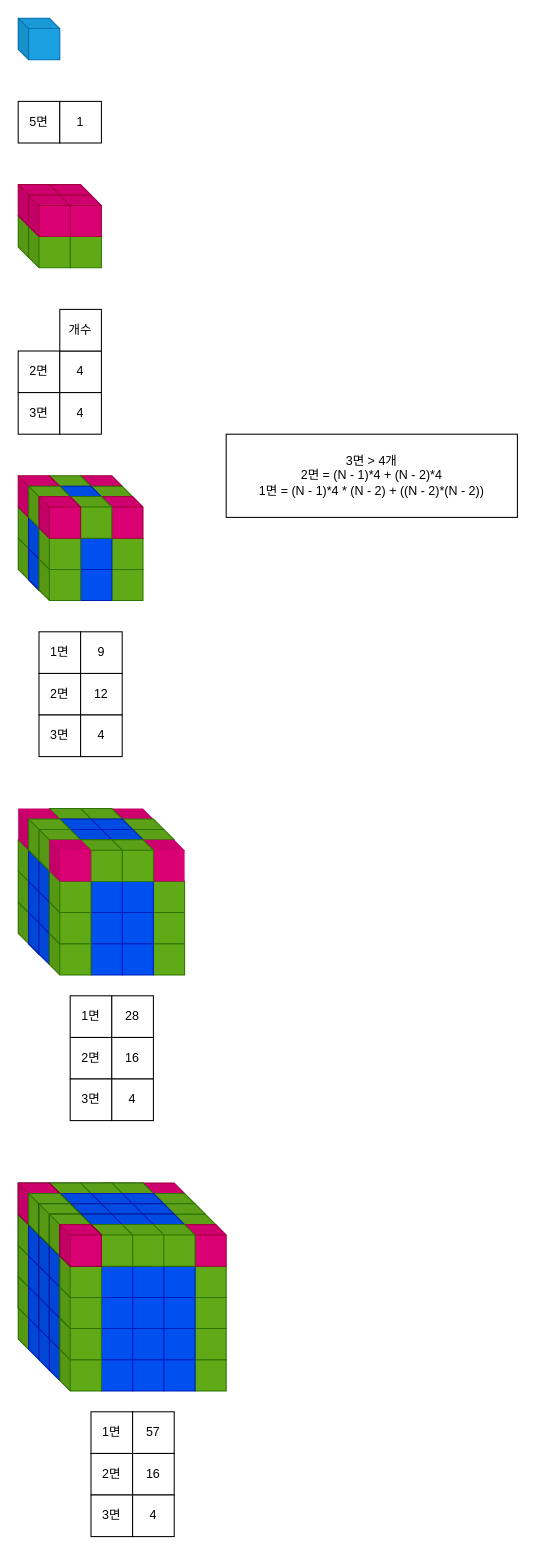
Before: 그리디 알고리즘/1041 주사위/1041.drawio in TaegyuHan/BackJoon_C, a draw.io diagram. Source tidied: cells renumbered, new cells numbered last; positions are measured from the earlier drawing's top-left corner, leaving out a move shared by most shapes. Both pictures are drawn from the tidied source at 104%, with x=0, y=0 at pixel (18, 18).
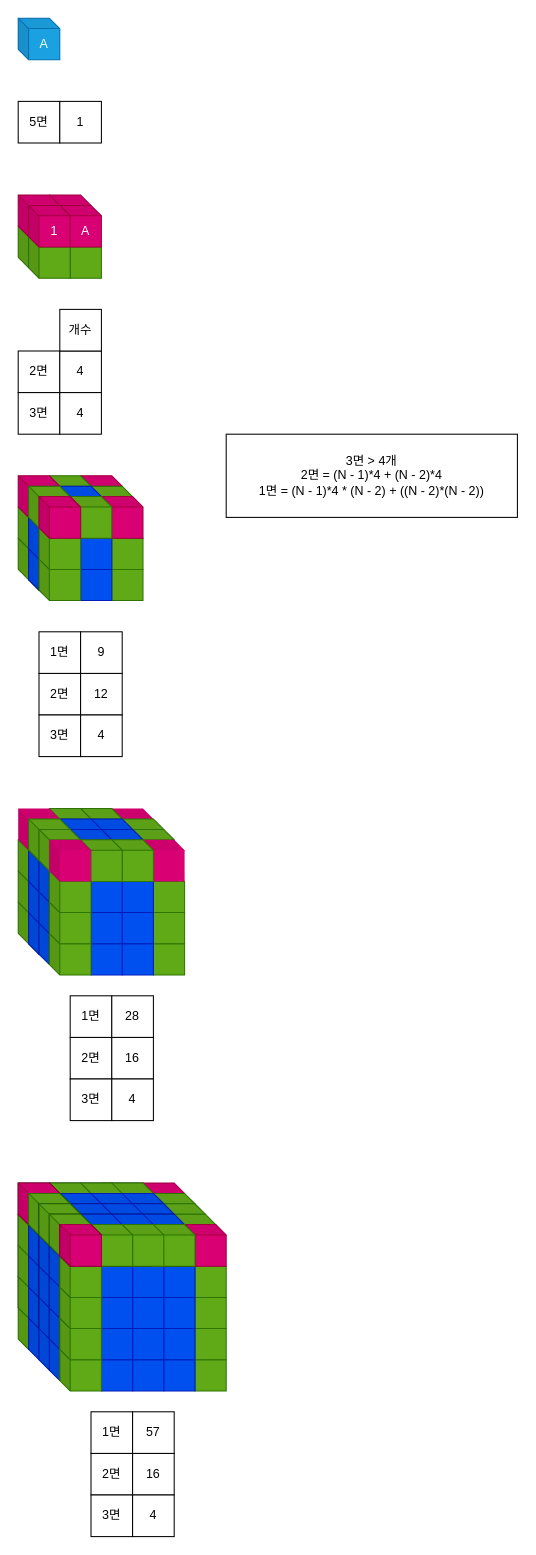
After the change.

The edit, as a diff of the source:
```diff
@@
     <mxCell id="2" style="shape=cube;whiteSpace=wrap;html=1;boundedLbl=1;backgroundOutline=1;darkOpacity=0.05;darkOpacity2=0.1;size=10;rotation=0;" parent="1" vertex="1">
-      <mxGeometry x="30" y="190" width="40" height="40" as="geometry" />
+      <mxGeometry x="30" y="200" width="40" height="40" as="geometry" />
     </mxCell>
     <mxCell id="3" style="shape=cube;whiteSpace=wrap;html=1;boundedLbl=1;backgroundOutline=1;darkOpacity=0.05;darkOpacity2=0.1;size=10;rotation=0;fillColor=#60a917;strokeColor=#2D7600;fontColor=#ffffff;" parent="1" vertex="1">
-      <mxGeometry y="190" width="40" height="40" as="geometry" />
+      <mxGeometry y="200" width="40" height="40" as="geometry" />
     </mxCell>
     <mxCell id="4" style="shape=cube;whiteSpace=wrap;html=1;boundedLbl=1;backgroundOutline=1;darkOpacity=0.05;darkOpacity2=0.1;size=10;rotation=0;fillColor=#60a917;strokeColor=#2D7600;fontColor=#ffffff;" parent="1" vertex="1">
-      <mxGeometry x="40" y="200" width="40" height="40" as="geometry" />
+      <mxGeometry x="40" y="210" width="40" height="40" as="geometry" />
     </mxCell>
     <mxCell id="5" style="shape=cube;whiteSpace=wrap;html=1;boundedLbl=1;backgroundOutline=1;darkOpacity=0.05;darkOpacity2=0.1;size=10;rotation=0;fillColor=#60a917;strokeColor=#2D7600;fontColor=#ffffff;" parent="1" vertex="1">
-      <mxGeometry x="10" y="200" width="40" height="40" as="geometry" />
+      <mxGeometry x="10" y="210" width="40" height="40" as="geometry" />
     </mxCell>
     <mxCell id="6" style="shape=cube;whiteSpace=wrap;html=1;boundedLbl=1;backgroundOutline=1;darkOpacity=0.05;darkOpacity2=0.1;size=10;rotation=0;fillColor=#d80073;strokeColor=#A50040;fontColor=#ffffff;" parent="1" vertex="1">
-      <mxGeometry x="30" y="160" width="40" height="40" as="geometry" />
+      <mxGeometry x="30" y="170" width="40" height="40" as="geometry" />
     </mxCell>
     <mxCell id="7" style="shape=cube;whiteSpace=wrap;html=1;boundedLbl=1;backgroundOutline=1;darkOpacity=0.05;darkOpacity2=0.1;size=10;rotation=0;fillColor=#d80073;strokeColor=#A50040;fontColor=#ffffff;" parent="1" vertex="1">
-      <mxGeometry y="160" width="40" height="40" as="geometry" />
+      <mxGeometry y="170" width="40" height="40" as="geometry" />
     </mxCell>
-    <mxCell id="8" style="shape=cube;whiteSpace=wrap;html=1;boundedLbl=1;backgroundOutline=1;darkOpacity=0.05;darkOpacity2=0.1;size=10;rotation=0;fillColor=#d80073;strokeColor=#A50040;fontColor=#ffffff;" parent="1" vertex="1">
-      <mxGeometry x="40" y="170" width="40" height="40" as="geometry" />
+    <mxCell id="8" value="A" style="shape=cube;whiteSpace=wrap;html=1;boundedLbl=1;backgroundOutline=1;darkOpacity=0.05;darkOpacity2=0.1;size=10;rotation=0;fillColor=#d80073;strokeColor=#A50040;fontColor=#ffffff;" parent="1" vertex="1">
+      <mxGeometry x="40" y="180" width="40" height="40" as="geometry" />
     </mxCell>
-    <mxCell id="9" style="shape=cube;whiteSpace=wrap;html=1;boundedLbl=1;backgroundOutline=1;darkOpacity=0.05;darkOpacity2=0.1;size=10;rotation=0;fillColor=#d80073;strokeColor=#A50040;fontColor=#ffffff;" parent="1" vertex="1">
-      <mxGeometry x="10" y="170" width="40" height="40" as="geometry" />
+    <mxCell id="9" value="1" style="shape=cube;whiteSpace=wrap;html=1;boundedLbl=1;backgroundOutline=1;darkOpacity=0.05;darkOpacity2=0.1;size=10;rotation=0;fillColor=#d80073;strokeColor=#A50040;fontColor=#ffffff;" parent="1" vertex="1">
+      <mxGeometry x="10" y="180" width="40" height="40" as="geometry" />
     </mxCell>
@@
-    <mxCell id="148" style="shape=cube;whiteSpace=wrap;html=1;boundedLbl=1;backgroundOutline=1;darkOpacity=0.05;darkOpacity2=0.1;size=10;rotation=0;fillColor=#1ba1e2;strokeColor=#006EAF;fontColor=#ffffff;" parent="1" vertex="1">
+    <mxCell id="148" value="A" style="shape=cube;whiteSpace=wrap;html=1;boundedLbl=1;backgroundOutline=1;darkOpacity=0.05;darkOpacity2=0.1;size=10;rotation=0;fillColor=#1ba1e2;strokeColor=#006EAF;fontColor=#ffffff;" parent="1" vertex="1">
       <mxGeometry width="40" height="40" as="geometry" />
     </mxCell>
```
